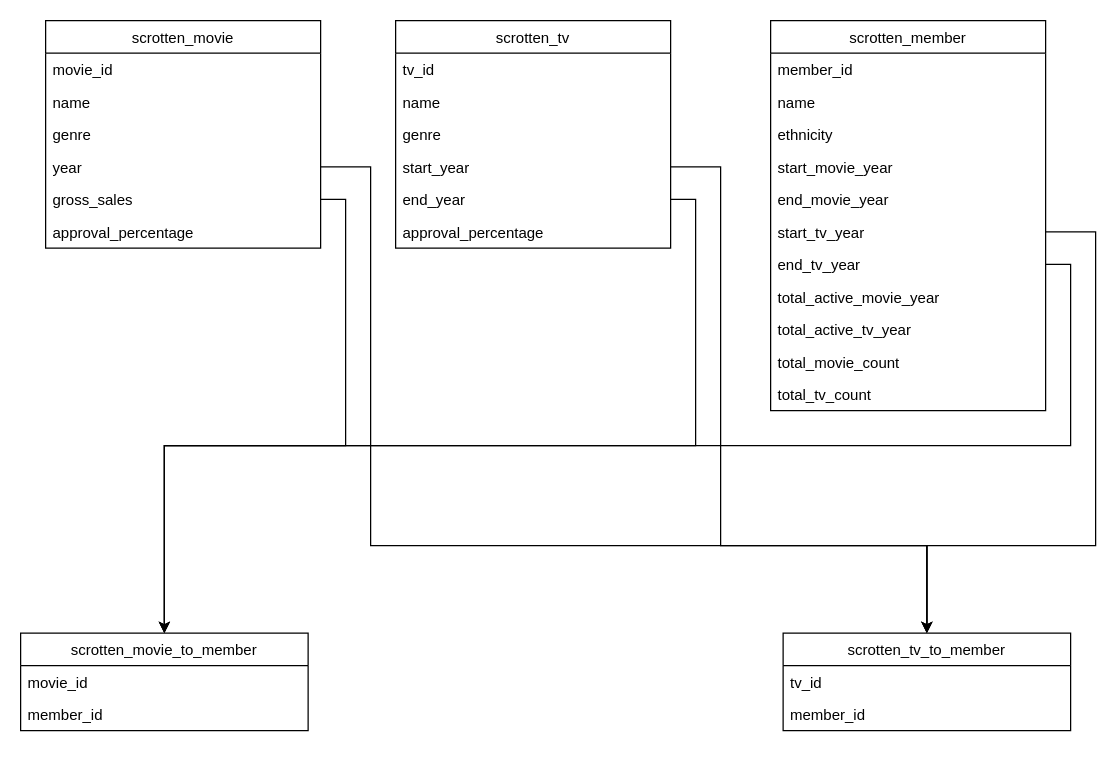
ctjong27/scrotten_movies keeps this draw.io diagram as design/rotten_scrapper_design.drawio. Above is the earlier version. Source tidied: cells renumbered, new cells numbered last; positions are measured from the earlier drawing's top-left corner, leaving out a move shared by most shapes. Both pictures are drawn from the tidied source at 125%, with x=0, y=0 at pixel (20, 20).
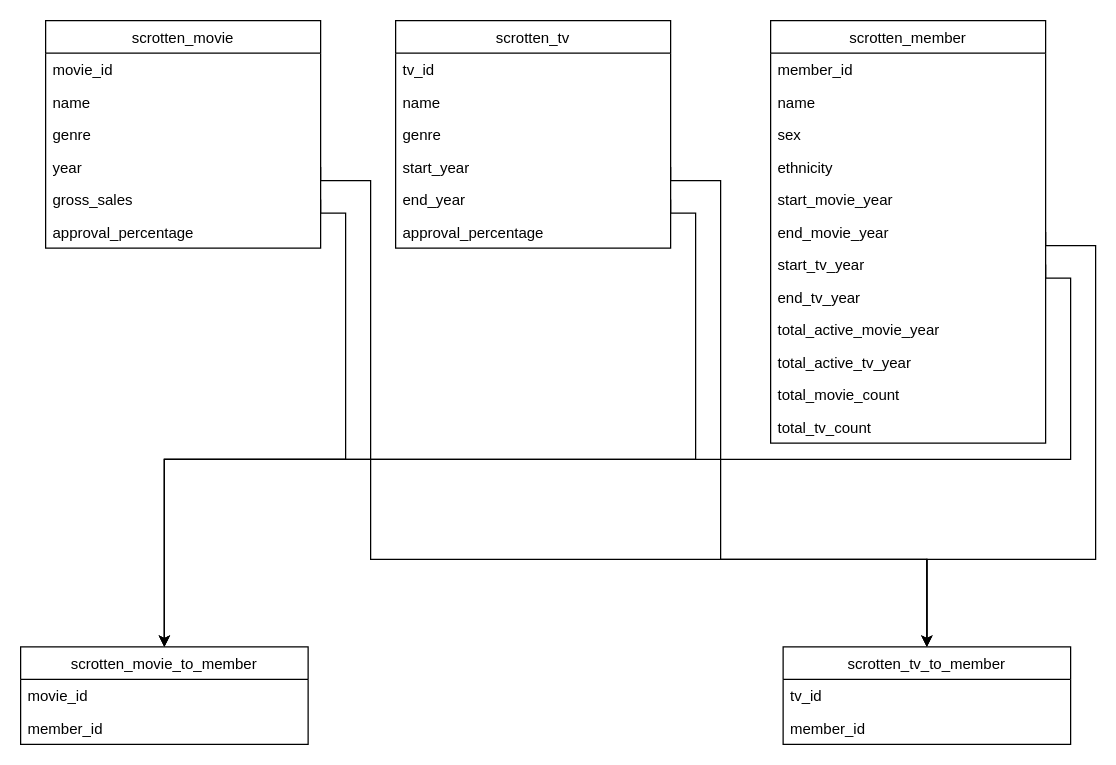
The same page after the edit.

Commit message:
Added sex to scrotten_member identification

Unchanged cells that the change refers to:
```xml
<mxCell id="6" value="year" style="text;strokeColor=none;fillColor=none;align=left;verticalAlign=top;spacingLeft=4;spacingRight=4;overflow=hidden;points=[[0,0.5],[1,0.5]];portConstraint=eastwest;" parent="2" vertex="1">
  <mxGeometry y="104" width="220" height="26" as="geometry" />
</mxCell>
<mxCell id="7" value="gross_sales" style="text;strokeColor=none;fillColor=none;align=left;verticalAlign=top;spacingLeft=4;spacingRight=4;overflow=hidden;points=[[0,0.5],[1,0.5]];portConstraint=eastwest;" parent="2" vertex="1">
  <mxGeometry y="130" width="220" height="26" as="geometry" />
</mxCell>
<mxCell id="25" value="start_year" style="text;strokeColor=none;fillColor=none;align=left;verticalAlign=top;spacingLeft=4;spacingRight=4;overflow=hidden;points=[[0,0.5],[1,0.5]];portConstraint=eastwest;" parent="21" vertex="1">
  <mxGeometry y="104" width="220" height="26" as="geometry" />
</mxCell>
<mxCell id="26" value="end_year" style="text;strokeColor=none;fillColor=none;align=left;verticalAlign=top;spacingLeft=4;spacingRight=4;overflow=hidden;points=[[0,0.5],[1,0.5]];portConstraint=eastwest;" parent="21" vertex="1">
  <mxGeometry y="130" width="220" height="26" as="geometry" />
</mxCell>
```

Diff of the diagram source:
```diff
@@
     <mxCell id="9" value="scrotten_member" style="swimlane;fontStyle=0;horizontal=1;startSize=26;" parent="1" vertex="1">
-      <mxGeometry x="600" width="220" height="312" as="geometry" />
+      <mxGeometry x="600" width="220" height="338" as="geometry" />
     </mxCell>
@@
-    <mxCell id="12" value="ethnicity" style="text;strokeColor=none;fillColor=none;align=left;verticalAlign=top;spacingLeft=4;spacingRight=4;overflow=hidden;" parent="9" vertex="1">
+    <mxCell id="12" value="sex" style="text;strokeColor=none;fillColor=none;align=left;verticalAlign=top;spacingLeft=4;spacingRight=4;overflow=hidden;" parent="9" vertex="1">
       <mxGeometry y="78" width="220" height="26" as="geometry" />
     </mxCell>
-    <mxCell id="13" value="start_movie_year" style="text;strokeColor=none;fillColor=none;align=left;verticalAlign=top;spacingLeft=4;spacingRight=4;overflow=hidden;" parent="9" vertex="1">
+    <mxCell id="13" value="ethnicity" style="text;strokeColor=none;fillColor=none;align=left;verticalAlign=top;spacingLeft=4;spacingRight=4;overflow=hidden;" parent="9" vertex="1">
       <mxGeometry y="104" width="220" height="26" as="geometry" />
     </mxCell>
-    <mxCell id="14" value="end_movie_year" style="text;strokeColor=none;fillColor=none;align=left;verticalAlign=top;spacingLeft=4;spacingRight=4;overflow=hidden;" parent="9" vertex="1">
+    <mxCell id="14" value="start_movie_year" style="text;strokeColor=none;fillColor=none;align=left;verticalAlign=top;spacingLeft=4;spacingRight=4;overflow=hidden;" parent="9" vertex="1">
       <mxGeometry y="130" width="220" height="26" as="geometry" />
     </mxCell>
-    <mxCell id="15" value="start_tv_year" style="text;strokeColor=none;fillColor=none;align=left;verticalAlign=top;spacingLeft=4;spacingRight=4;overflow=hidden;points=[[0,0.5],[1,0.5]];portConstraint=eastwest;" parent="9" vertex="1">
+    <mxCell id="15" value="end_movie_year" style="text;strokeColor=none;fillColor=none;align=left;verticalAlign=top;spacingLeft=4;spacingRight=4;overflow=hidden;points=[[0,0.5],[1,0.5]];portConstraint=eastwest;" parent="9" vertex="1">
       <mxGeometry y="156" width="220" height="26" as="geometry" />
     </mxCell>
-    <mxCell id="16" value="end_tv_year" style="text;strokeColor=none;fillColor=none;align=left;verticalAlign=top;spacingLeft=4;spacingRight=4;overflow=hidden;points=[[0,0.5],[1,0.5]];portConstraint=eastwest;" parent="9" vertex="1">
+    <mxCell id="16" value="start_tv_year" style="text;strokeColor=none;fillColor=none;align=left;verticalAlign=top;spacingLeft=4;spacingRight=4;overflow=hidden;points=[[0,0.5],[1,0.5]];portConstraint=eastwest;" parent="9" vertex="1">
       <mxGeometry y="182" width="220" height="26" as="geometry" />
     </mxCell>
-    <mxCell id="17" value="total_active_movie_year" style="text;strokeColor=none;fillColor=none;align=left;verticalAlign=top;spacingLeft=4;spacingRight=4;overflow=hidden;" parent="9" vertex="1">
+    <mxCell id="17" value="end_tv_year" style="text;strokeColor=none;fillColor=none;align=left;verticalAlign=top;spacingLeft=4;spacingRight=4;overflow=hidden;" parent="9" vertex="1">
       <mxGeometry y="208" width="220" height="26" as="geometry" />
     </mxCell>
-    <mxCell id="18" value="total_active_tv_year" style="text;strokeColor=none;fillColor=none;align=left;verticalAlign=top;spacingLeft=4;spacingRight=4;overflow=hidden;" parent="9" vertex="1">
+    <mxCell id="18" value="total_active_movie_year" style="text;strokeColor=none;fillColor=none;align=left;verticalAlign=top;spacingLeft=4;spacingRight=4;overflow=hidden;" parent="9" vertex="1">
       <mxGeometry y="234" width="220" height="26" as="geometry" />
     </mxCell>
-    <mxCell id="19" value="total_movie_count" style="text;strokeColor=none;fillColor=none;align=left;verticalAlign=top;spacingLeft=4;spacingRight=4;overflow=hidden;" parent="9" vertex="1">
+    <mxCell id="19" value="total_active_tv_year" style="text;strokeColor=none;fillColor=none;align=left;verticalAlign=top;spacingLeft=4;spacingRight=4;overflow=hidden;" parent="9" vertex="1">
       <mxGeometry y="260" width="220" height="26" as="geometry" />
     </mxCell>
-    <mxCell id="20" value="total_tv_count" style="text;strokeColor=none;fillColor=none;align=left;verticalAlign=top;spacingLeft=4;spacingRight=4;overflow=hidden;" parent="9" vertex="1">
+    <mxCell id="20" value="total_movie_count" style="text;strokeColor=none;fillColor=none;align=left;verticalAlign=top;spacingLeft=4;spacingRight=4;overflow=hidden;" parent="9" vertex="1">
       <mxGeometry y="286" width="220" height="26" as="geometry" />
     </mxCell>
+    <mxCell id="40" value="total_tv_count" style="text;strokeColor=none;fillColor=none;align=left;verticalAlign=top;spacingLeft=4;spacingRight=4;overflow=hidden;" parent="9" vertex="1">
+      <mxGeometry y="312" width="220" height="26" as="geometry" />
+    </mxCell>
@@
     <mxCell id="28" value="scrotten_movie_to_member" style="swimlane;fontStyle=0;horizontal=1;startSize=26;fillColor=none;" parent="1" vertex="1">
-      <mxGeometry y="490" width="230" height="78" as="geometry" />
+      <mxGeometry y="501" width="230" height="78" as="geometry" />
     </mxCell>
@@
     <mxCell id="31" value="scrotten_tv_to_member" style="swimlane;fontStyle=0;horizontal=1;startSize=26;fillColor=none;" parent="1" vertex="1">
-      <mxGeometry x="610" y="490" width="230" height="78" as="geometry" />
+      <mxGeometry x="610" y="501" width="230" height="78" as="geometry" />
     </mxCell>
@@
     <mxCell id="34" style="edgeStyle=orthogonalEdgeStyle;rounded=0;jettySize=auto;html=1;exitX=1;exitY=0.5;exitDx=0;exitDy=0;entryX=0.5;entryY=0;entryDx=0;entryDy=0;" parent="1" edge="1" source="7" target="28">
       <mxGeometry relative="1" as="geometry">
         <Array as="points">
-          <mxPoint x="260" y="143" />
-          <mxPoint x="260" y="340" />
-          <mxPoint x="115" y="340" />
+          <mxPoint x="260" y="154" />
+          <mxPoint x="260" y="351" />
+          <mxPoint x="115" y="351" />
         </Array>
       </mxGeometry>
     </mxCell>
     <mxCell id="35" style="edgeStyle=orthogonalEdgeStyle;rounded=0;jettySize=auto;html=1;exitX=1;exitY=0.5;exitDx=0;exitDy=0;entryX=0.5;entryY=0;entryDx=0;entryDy=0;" parent="1" edge="1" source="26" target="28">
       <mxGeometry relative="1" as="geometry">
         <Array as="points">
-          <mxPoint x="540" y="143" />
-          <mxPoint x="540" y="340" />
-          <mxPoint x="115" y="340" />
+          <mxPoint x="540" y="154" />
+          <mxPoint x="540" y="351" />
+          <mxPoint x="115" y="351" />
         </Array>
       </mxGeometry>
     </mxCell>
     <mxCell id="36" style="edgeStyle=orthogonalEdgeStyle;rounded=0;jettySize=auto;html=1;exitX=1;exitY=0.5;exitDx=0;exitDy=0;entryX=0.5;entryY=0;entryDx=0;entryDy=0;" parent="1" edge="1" source="16" target="28">
       <mxGeometry relative="1" as="geometry">
         <Array as="points">
-          <mxPoint x="840" y="195" />
-          <mxPoint x="840" y="340" />
-          <mxPoint x="115" y="340" />
+          <mxPoint x="840" y="206" />
+          <mxPoint x="840" y="351" />
+          <mxPoint x="115" y="351" />
         </Array>
       </mxGeometry>
     </mxCell>
     <mxCell id="37" style="edgeStyle=orthogonalEdgeStyle;rounded=0;jettySize=auto;html=1;exitX=1;exitY=0.5;exitDx=0;exitDy=0;entryX=0.5;entryY=0;entryDx=0;entryDy=0;" parent="1" edge="1" source="6" target="31">
       <mxGeometry relative="1" as="geometry">
         <Array as="points">
-          <mxPoint x="280" y="117" />
-          <mxPoint x="280" y="420" />
-          <mxPoint x="725" y="420" />
+          <mxPoint x="280" y="128" />
+          <mxPoint x="280" y="431" />
+          <mxPoint x="725" y="431" />
         </Array>
       </mxGeometry>
     </mxCell>
     <mxCell id="38" style="edgeStyle=orthogonalEdgeStyle;rounded=0;jettySize=auto;html=1;exitX=1;exitY=0.5;exitDx=0;exitDy=0;entryX=0.5;entryY=0;entryDx=0;entryDy=0;" parent="1" edge="1" source="25" target="31">
       <mxGeometry relative="1" as="geometry">
         <Array as="points">
-          <mxPoint x="560" y="117" />
-          <mxPoint x="560" y="420" />
-          <mxPoint x="725" y="420" />
+          <mxPoint x="560" y="128" />
+          <mxPoint x="560" y="431" />
+          <mxPoint x="725" y="431" />
         </Array>
       </mxGeometry>
     </mxCell>
     <mxCell id="39" style="edgeStyle=orthogonalEdgeStyle;rounded=0;jettySize=auto;html=1;exitX=1;exitY=0.5;exitDx=0;exitDy=0;entryX=0.5;entryY=0;entryDx=0;entryDy=0;" parent="1" edge="1" source="15" target="31">
       <mxGeometry relative="1" as="geometry">
         <Array as="points">
-          <mxPoint x="860" y="169" />
-          <mxPoint x="860" y="420" />
-          <mxPoint x="725" y="420" />
+          <mxPoint x="860" y="180" />
+          <mxPoint x="860" y="431" />
+          <mxPoint x="725" y="431" />
         </Array>
       </mxGeometry>
     </mxCell>
```
